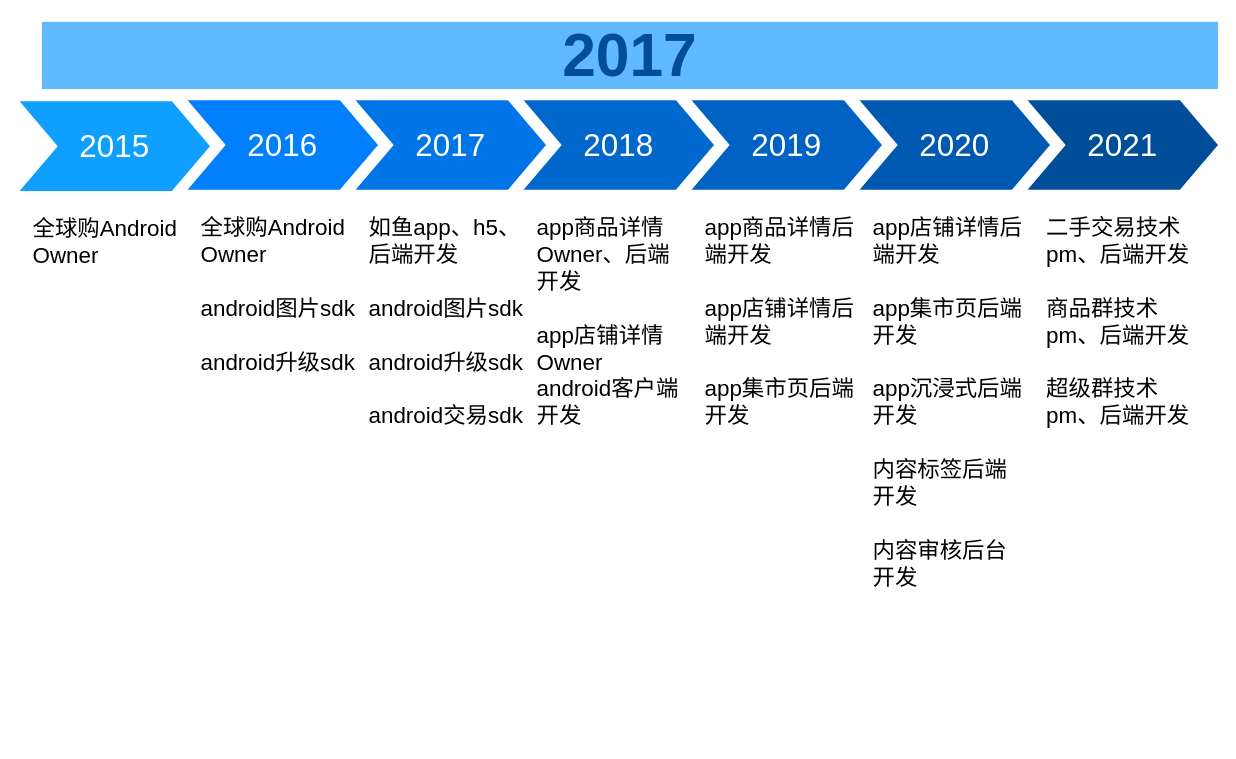
The draw.io diagram myrecord.drawio in killermyth/Documents, before the edit. Source tidied: cells renumbered, new cells numbered last; positions are measured from the earlier drawing's top-left corner, leaving out a move shared by most shapes. Both pictures are drawn from the tidied source at 112%, with x=0, y=0 at pixel (19, 21).
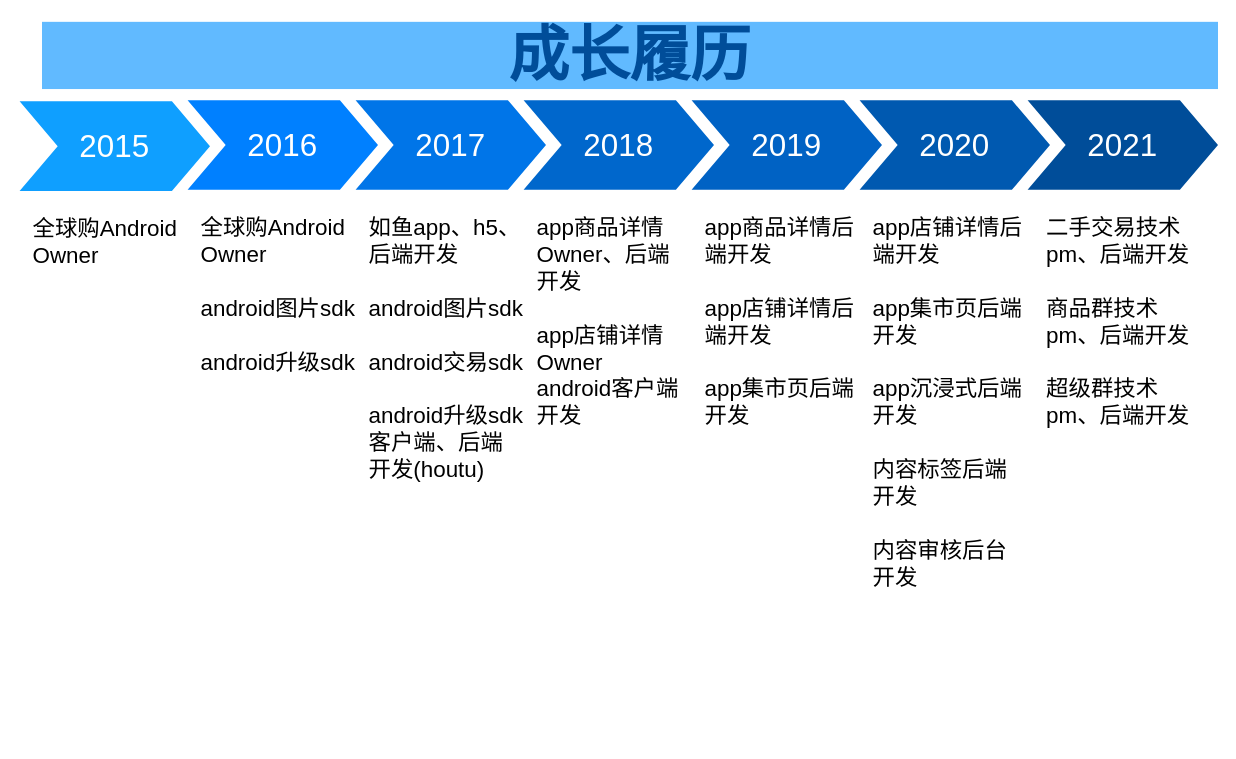
Above is the later version.

Diff of the diagram source:
```diff
@@
 <mxGraphModel>
   <root>
     <mxCell id="0" />
     <mxCell id="1" parent="0" />
     <mxCell id="2" value="2016" style="shape=step;whiteSpace=wrap;html=1;fontSize=28;fillColor=#0080FF;fontColor=#FFFFFF;strokeColor=none;" parent="1" vertex="1">
       <mxGeometry x="150" y="70" width="170" height="80" as="geometry" />
     </mxCell>
     <mxCell id="3" value="2017" style="shape=step;whiteSpace=wrap;html=1;fontSize=28;fillColor=#0075E8;fontColor=#FFFFFF;strokeColor=none;" parent="1" vertex="1">
       <mxGeometry x="300" y="70" width="170" height="80" as="geometry" />
     </mxCell>
     <mxCell id="4" value="2018" style="shape=step;whiteSpace=wrap;html=1;fontSize=28;fillColor=#0067CC;fontColor=#FFFFFF;strokeColor=none;" parent="1" vertex="1">
       <mxGeometry x="450" y="70" width="170" height="80" as="geometry" />
     </mxCell>
     <mxCell id="5" value="2019" style="shape=step;whiteSpace=wrap;html=1;fontSize=28;fillColor=#0062C4;fontColor=#FFFFFF;strokeColor=none;" parent="1" vertex="1">
       <mxGeometry x="600" y="70" width="170" height="80" as="geometry" />
     </mxCell>
     <mxCell id="6" value="2020" style="shape=step;whiteSpace=wrap;html=1;fontSize=28;fillColor=#0059B0;fontColor=#FFFFFF;strokeColor=none;" parent="1" vertex="1">
       <mxGeometry x="750" y="70" width="170" height="80" as="geometry" />
     </mxCell>
     <mxCell id="7" value="2021" style="shape=step;whiteSpace=wrap;html=1;fontSize=28;fillColor=#004D99;fontColor=#FFFFFF;strokeColor=none;" parent="1" vertex="1">
       <mxGeometry x="900" y="70" width="170" height="80" as="geometry" />
     </mxCell>
-    <mxCell id="8" value="2017" style="text;html=1;strokeColor=none;fillColor=#61BAFF;align=center;verticalAlign=middle;whiteSpace=wrap;fontSize=54;fontStyle=1;fontColor=#004D99;" parent="1" vertex="1">
+    <mxCell id="8" value="成长履历" style="text;html=1;strokeColor=none;fillColor=#61BAFF;align=center;verticalAlign=middle;whiteSpace=wrap;fontSize=54;fontStyle=1;fontColor=#004D99;" parent="1" vertex="1">
       <mxGeometry x="20" width="1050" height="60" as="geometry" />
     </mxCell>
     <mxCell id="9" value="&lt;span style=&quot;font-size: 20px&quot;&gt;全球购Android Owner&lt;br&gt;&lt;br&gt;&lt;/span&gt;&lt;span style=&quot;font-size: 20px&quot;&gt;android图片sdk&lt;br&gt;&lt;/span&gt;&lt;span style=&quot;font-size: 20px&quot;&gt;&lt;br&gt;&lt;/span&gt;&lt;span style=&quot;font-size: 20px&quot;&gt;android升级sdk&lt;/span&gt;&lt;span style=&quot;font-size: 20px&quot;&gt;&lt;br&gt;&lt;/span&gt;" style="text;spacingTop=-5;fillColor=#ffffff;whiteSpace=wrap;html=1;align=left;fontSize=12;fontFamily=Helvetica;fillColor=none;strokeColor=none;" parent="1" vertex="1">
       <mxGeometry x="160" y="170" width="140" height="470" as="geometry" />
     </mxCell>
-    <mxCell id="10" value="&lt;font style=&quot;font-size: 20px&quot;&gt;如鱼app、h5、后端开发&lt;br&gt;&lt;br&gt;android图片sdk&lt;br&gt;&lt;br&gt;android升级sdk&lt;br&gt;&lt;br&gt;android交易sdk&lt;br&gt;&lt;/font&gt;" style="text;spacingTop=-5;fillColor=#ffffff;whiteSpace=wrap;html=1;align=left;fontSize=12;fontFamily=Helvetica;fillColor=none;strokeColor=none;" parent="1" vertex="1">
+    <mxCell id="10" value="&lt;font style=&quot;font-size: 20px&quot;&gt;如鱼app、h5、后端开发&lt;br&gt;&lt;br&gt;android图片sdk&lt;br&gt;&lt;br&gt;android交易sdk&lt;br&gt;&lt;br&gt;android升级sdk客户端、后端开发(houtu)&lt;br&gt;&lt;/font&gt;" style="text;spacingTop=-5;fillColor=#ffffff;whiteSpace=wrap;html=1;align=left;fontSize=12;fontFamily=Helvetica;fillColor=none;strokeColor=none;" parent="1" vertex="1">
       <mxGeometry x="310" y="170" width="140" height="470" as="geometry" />
     </mxCell>
     <mxCell id="11" value="&lt;font style=&quot;font-size: 20px&quot;&gt;app商品详情&lt;/font&gt;&lt;span style=&quot;font-size: 20px&quot;&gt;Owner、后端开发&lt;br&gt;&lt;br&gt;app店铺详情&lt;/span&gt;&lt;span style=&quot;font-size: 20px&quot;&gt;Owner&lt;br&gt;android客户端开发&lt;/span&gt;&lt;span style=&quot;font-size: 20px&quot;&gt;&lt;br&gt;&lt;br&gt;&lt;/span&gt;" style="text;spacingTop=-5;fillColor=#ffffff;whiteSpace=wrap;html=1;align=left;fontSize=12;fontFamily=Helvetica;fillColor=none;strokeColor=none;" parent="1" vertex="1">
       <mxGeometry x="460" y="170" width="140" height="470" as="geometry" />
     </mxCell>
     <mxCell id="12" value="&lt;font style=&quot;font-size: 20px&quot;&gt;app商品详情&lt;/font&gt;&lt;span style=&quot;font-size: 20px&quot;&gt;后端开发&lt;br&gt;&lt;br&gt;&lt;/span&gt;&lt;font style=&quot;font-size: 20px&quot;&gt;app店铺详情&lt;/font&gt;&lt;span style=&quot;font-size: 20px&quot;&gt;后端开发&lt;br&gt;&lt;/span&gt;&lt;span style=&quot;font-size: 20px&quot;&gt;&lt;br&gt;app集市页后端开发&lt;br&gt;&lt;/span&gt;" style="text;spacingTop=-5;fillColor=#ffffff;whiteSpace=wrap;html=1;align=left;fontSize=12;fontFamily=Helvetica;fillColor=none;strokeColor=none;" parent="1" vertex="1">
       <mxGeometry x="610" y="170" width="140" height="470" as="geometry" />
     </mxCell>
     <mxCell id="13" value="&lt;font style=&quot;font-size: 20px&quot;&gt;app店铺详情&lt;/font&gt;&lt;span style=&quot;font-size: 20px&quot;&gt;后端开发&lt;br&gt;&lt;br&gt;&lt;/span&gt;&lt;span style=&quot;font-size: 20px&quot;&gt;app集市页后端开发&lt;br&gt;&lt;/span&gt;&lt;span style=&quot;font-size: 20px&quot;&gt;&lt;br&gt;&lt;/span&gt;&lt;span style=&quot;font-size: 20px&quot;&gt;app沉浸式后端开发&lt;br&gt;&lt;/span&gt;&lt;span style=&quot;font-size: 20px&quot;&gt;&lt;br&gt;&lt;/span&gt;&lt;span style=&quot;font-size: 20px&quot;&gt;内容标签后端开发&lt;br&gt;&lt;/span&gt;&lt;span style=&quot;font-size: 20px&quot;&gt;&lt;br&gt;&lt;/span&gt;&lt;span style=&quot;font-size: 20px&quot;&gt;内容审核后台开发&lt;/span&gt;&lt;span style=&quot;font-size: 20px&quot;&gt;&lt;br&gt;&lt;br&gt;&lt;/span&gt;" style="text;spacingTop=-5;fillColor=#ffffff;whiteSpace=wrap;html=1;align=left;fontSize=12;fontFamily=Helvetica;fillColor=none;strokeColor=none;" parent="1" vertex="1">
       <mxGeometry x="760" y="170" width="140" height="470" as="geometry" />
     </mxCell>
     <mxCell id="14" value="&lt;font style=&quot;font-size: 20px&quot;&gt;&lt;font style=&quot;font-size: 20px&quot;&gt;&lt;font style=&quot;font-size: 20px&quot;&gt;二手交易技术pm、后端开发&lt;br&gt;&lt;/font&gt;&lt;br&gt;商品群技术pm、后端开发&lt;br&gt;&lt;/font&gt;&lt;br&gt;超级群技术pm、后端开发&lt;/font&gt;" style="text;spacingTop=-5;fillColor=#ffffff;whiteSpace=wrap;html=1;align=left;fontSize=12;fontFamily=Helvetica;fillColor=none;strokeColor=none;" parent="1" vertex="1">
       <mxGeometry x="915" y="170" width="140" height="470" as="geometry" />
     </mxCell>
     <mxCell id="15" value="2015" style="shape=step;whiteSpace=wrap;html=1;fontSize=28;fillColor=#0F9FFF;fontColor=#FFFFFF;strokeColor=none;" parent="1" vertex="1">
       <mxGeometry y="71" width="170" height="80" as="geometry" />
     </mxCell>
     <mxCell id="16" value="&lt;font style=&quot;font-size: 20px&quot;&gt;全球购Android Owner&lt;/font&gt;" style="text;spacingTop=-5;fillColor=#ffffff;whiteSpace=wrap;html=1;align=left;fontSize=12;fontFamily=Helvetica;fillColor=none;strokeColor=none;" parent="1" vertex="1">
       <mxGeometry x="10" y="171" width="140" height="470" as="geometry" />
     </mxCell>
   </root>
 </mxGraphModel>
```
